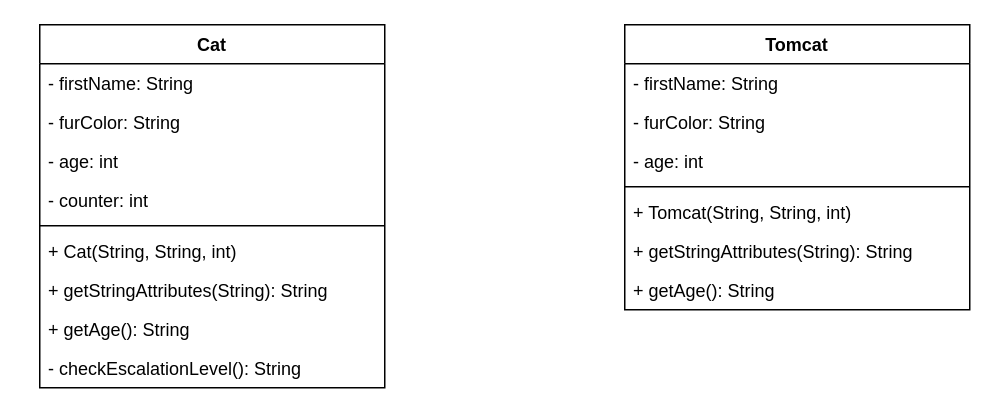
This is page "Cat_Tomcat" (2 of 2) of klassendiagramm.drawio from Comcave-OO-Programmierung/03_Inheritance_Vererbung, a draw.io file, before an edit. Source tidied: cells renumbered, new cells numbered last; positions are measured from the earlier drawing's top-left corner, leaving out a move shared by most shapes. Both pictures are drawn from the tidied source at 150%, with x=0, y=0 at pixel (39, 24).
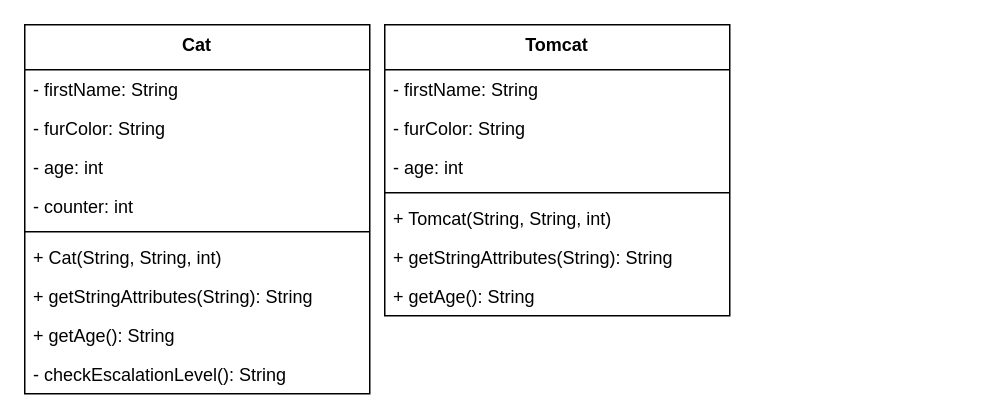
The same page after the edit.

Commit message (it also covers changes not shown here):
1. Iteration Klasse Tomcat erstellt

Change to the diagram source:
```diff
@@
 <mxGraphModel>
   <root>
     <mxCell id="0" />
     <mxCell id="1" parent="0" />
-    <mxCell id="2" value="Cat" style="swimlane;fontStyle=1;align=center;verticalAlign=top;horizontal=1;startSize=26;" parent="1" vertex="1">
-      <mxGeometry width="230" height="242" as="geometry" />
+    <mxCell id="2" value="Cat" style="swimlane;fontStyle=1;align=center;verticalAlign=top;horizontal=1;startSize=30;" parent="1" vertex="1">
+      <mxGeometry x="-10" width="230" height="246" as="geometry" />
     </mxCell>
     <mxCell id="3" value="- firstName: String" style="text;strokeColor=none;fillColor=none;align=left;verticalAlign=top;spacingLeft=4;spacingRight=4;overflow=hidden;" parent="2" vertex="1">
-      <mxGeometry y="26" width="230" height="26" as="geometry" />
+      <mxGeometry y="30" width="230" height="26" as="geometry" />
     </mxCell>
     <mxCell id="4" value="- furColor: String" style="text;strokeColor=none;fillColor=none;align=left;verticalAlign=top;spacingLeft=4;spacingRight=4;overflow=hidden;" parent="2" vertex="1">
-      <mxGeometry y="52" width="230" height="26" as="geometry" />
+      <mxGeometry y="56" width="230" height="26" as="geometry" />
     </mxCell>
     <mxCell id="5" value="- age: int" style="text;strokeColor=none;fillColor=none;align=left;verticalAlign=top;spacingLeft=4;spacingRight=4;overflow=hidden;" parent="2" vertex="1">
-      <mxGeometry y="78" width="230" height="26" as="geometry" />
+      <mxGeometry y="82" width="230" height="26" as="geometry" />
     </mxCell>
     <mxCell id="6" value="- counter: int" style="text;strokeColor=none;fillColor=none;align=left;verticalAlign=top;spacingLeft=4;spacingRight=4;overflow=hidden;" parent="2" vertex="1">
-      <mxGeometry y="104" width="230" height="26" as="geometry" />
+      <mxGeometry y="108" width="230" height="26" as="geometry" />
     </mxCell>
     <mxCell id="7" style="line;strokeWidth=1;fillColor=none;align=left;verticalAlign=middle;spacingTop=-1;spacingLeft=3;spacingRight=3;labelPosition=right;strokeColor=inherit;" parent="2" vertex="1">
-      <mxGeometry y="130" width="230" height="8" as="geometry" />
+      <mxGeometry y="134" width="230" height="8" as="geometry" />
     </mxCell>
     <mxCell id="8" value="+ Cat(String, String, int)" style="text;strokeColor=none;fillColor=none;align=left;verticalAlign=top;spacingLeft=4;spacingRight=4;overflow=hidden;" parent="2" vertex="1">
-      <mxGeometry y="138" width="230" height="26" as="geometry" />
+      <mxGeometry y="142" width="230" height="26" as="geometry" />
     </mxCell>
     <mxCell id="9" value="+ getStringAttributes(String): String" style="text;strokeColor=none;fillColor=none;align=left;verticalAlign=top;spacingLeft=4;spacingRight=4;overflow=hidden;" parent="2" vertex="1">
-      <mxGeometry y="164" width="230" height="26" as="geometry" />
+      <mxGeometry y="168" width="230" height="26" as="geometry" />
     </mxCell>
     <mxCell id="10" value="+ getAge(): String" style="text;strokeColor=none;fillColor=none;align=left;verticalAlign=top;spacingLeft=4;spacingRight=4;overflow=hidden;" parent="2" vertex="1">
-      <mxGeometry y="190" width="230" height="26" as="geometry" />
+      <mxGeometry y="194" width="230" height="26" as="geometry" />
     </mxCell>
     <mxCell id="11" value="- checkEscalationLevel(): String" style="text;strokeColor=none;fillColor=none;align=left;verticalAlign=top;spacingLeft=4;spacingRight=4;overflow=hidden;" parent="2" vertex="1">
-      <mxGeometry y="216" width="230" height="26" as="geometry" />
+      <mxGeometry y="220" width="230" height="26" as="geometry" />
     </mxCell>
-    <mxCell id="12" value="Tomcat" style="swimlane;fontStyle=1;align=center;verticalAlign=top;horizontal=1;startSize=26;" parent="1" vertex="1">
-      <mxGeometry x="390" width="230" height="190" as="geometry" />
+    <mxCell id="12" value="Tomcat" style="swimlane;fontStyle=1;align=center;verticalAlign=top;horizontal=1;startSize=30;" parent="1" vertex="1">
+      <mxGeometry x="230" width="230" height="194" as="geometry" />
     </mxCell>
     <mxCell id="13" value="- firstName: String" style="text;strokeColor=none;fillColor=none;align=left;verticalAlign=top;spacingLeft=4;spacingRight=4;overflow=hidden;" parent="12" vertex="1">
-      <mxGeometry y="26" width="230" height="26" as="geometry" />
+      <mxGeometry y="30" width="230" height="26" as="geometry" />
     </mxCell>
     <mxCell id="14" value="- furColor: String" style="text;strokeColor=none;fillColor=none;align=left;verticalAlign=top;spacingLeft=4;spacingRight=4;overflow=hidden;" parent="12" vertex="1">
-      <mxGeometry y="52" width="230" height="26" as="geometry" />
+      <mxGeometry y="56" width="230" height="26" as="geometry" />
     </mxCell>
     <mxCell id="15" value="- age: int" style="text;strokeColor=none;fillColor=none;align=left;verticalAlign=top;spacingLeft=4;spacingRight=4;overflow=hidden;" parent="12" vertex="1">
-      <mxGeometry y="78" width="230" height="26" as="geometry" />
+      <mxGeometry y="82" width="230" height="26" as="geometry" />
     </mxCell>
     <mxCell id="16" style="line;strokeWidth=1;fillColor=none;align=left;verticalAlign=middle;spacingTop=-1;spacingLeft=3;spacingRight=3;labelPosition=right;strokeColor=inherit;" parent="12" vertex="1">
-      <mxGeometry y="104" width="230" height="8" as="geometry" />
+      <mxGeometry y="108" width="230" height="8" as="geometry" />
     </mxCell>
     <mxCell id="17" value="+ Tomcat(String, String, int)" style="text;strokeColor=none;fillColor=none;align=left;verticalAlign=top;spacingLeft=4;spacingRight=4;overflow=hidden;" parent="12" vertex="1">
-      <mxGeometry y="112" width="230" height="26" as="geometry" />
+      <mxGeometry y="116" width="230" height="26" as="geometry" />
     </mxCell>
     <mxCell id="18" value="+ getStringAttributes(String): String" style="text;strokeColor=none;fillColor=none;align=left;verticalAlign=top;spacingLeft=4;spacingRight=4;overflow=hidden;" parent="12" vertex="1">
-      <mxGeometry y="138" width="230" height="26" as="geometry" />
+      <mxGeometry y="142" width="230" height="26" as="geometry" />
     </mxCell>
     <mxCell id="19" value="+ getAge(): String" style="text;strokeColor=none;fillColor=none;align=left;verticalAlign=top;spacingLeft=4;spacingRight=4;overflow=hidden;" parent="12" vertex="1">
-      <mxGeometry y="164" width="230" height="26" as="geometry" />
+      <mxGeometry y="168" width="230" height="26" as="geometry" />
     </mxCell>
   </root>
 </mxGraphModel>
```
